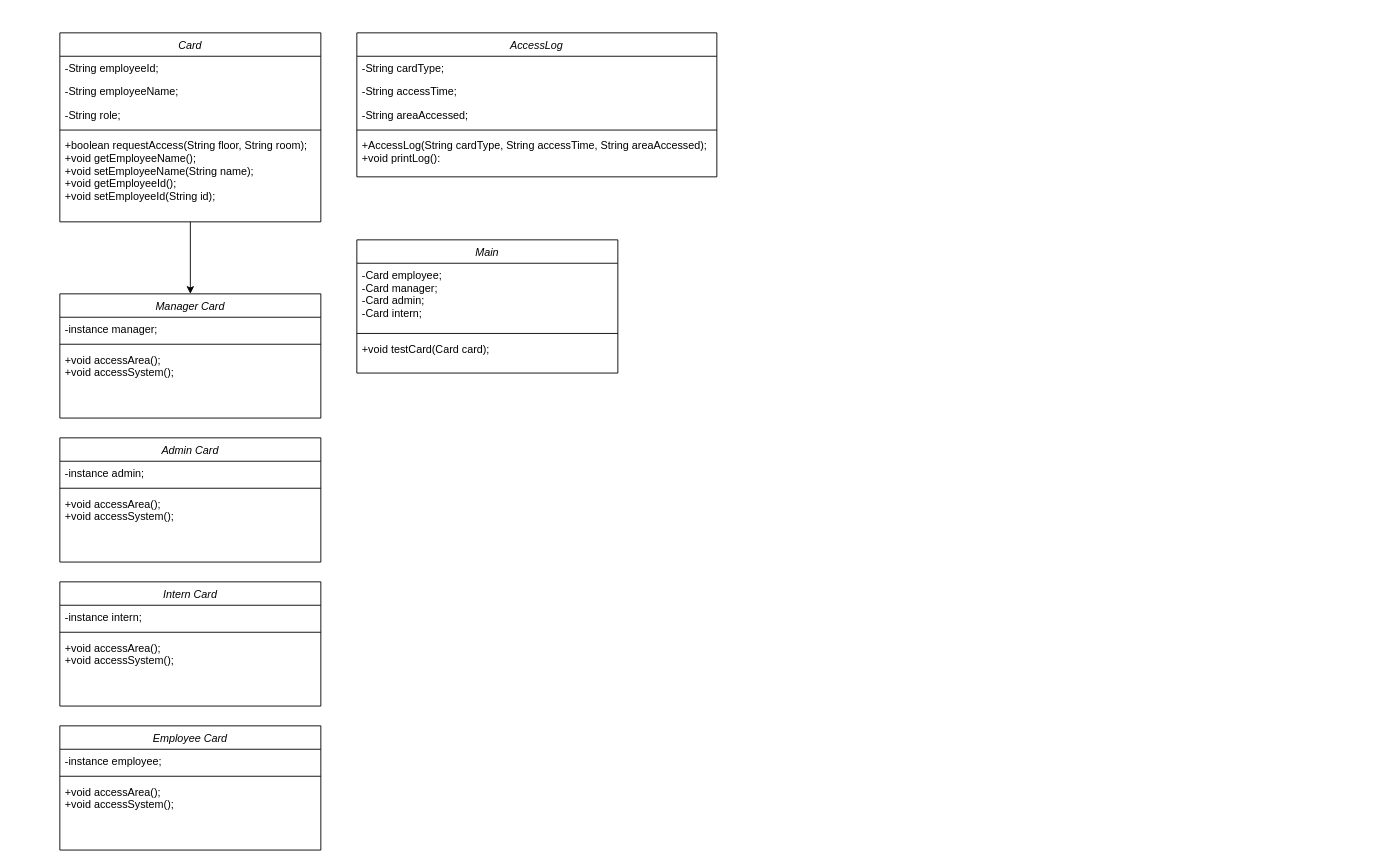
The draw.io diagram Untitled Diagram.drawio in pin-nattharin/DII-GEN6-CompoundSEC, before the edit. Source tidied: cells renumbered, new cells numbered last; positions are measured from the earlier drawing's top-left corner, leaving out a move shared by most shapes. Both pictures are drawn from the tidied source at 90%, with x=0, y=0 at pixel (59, 32).
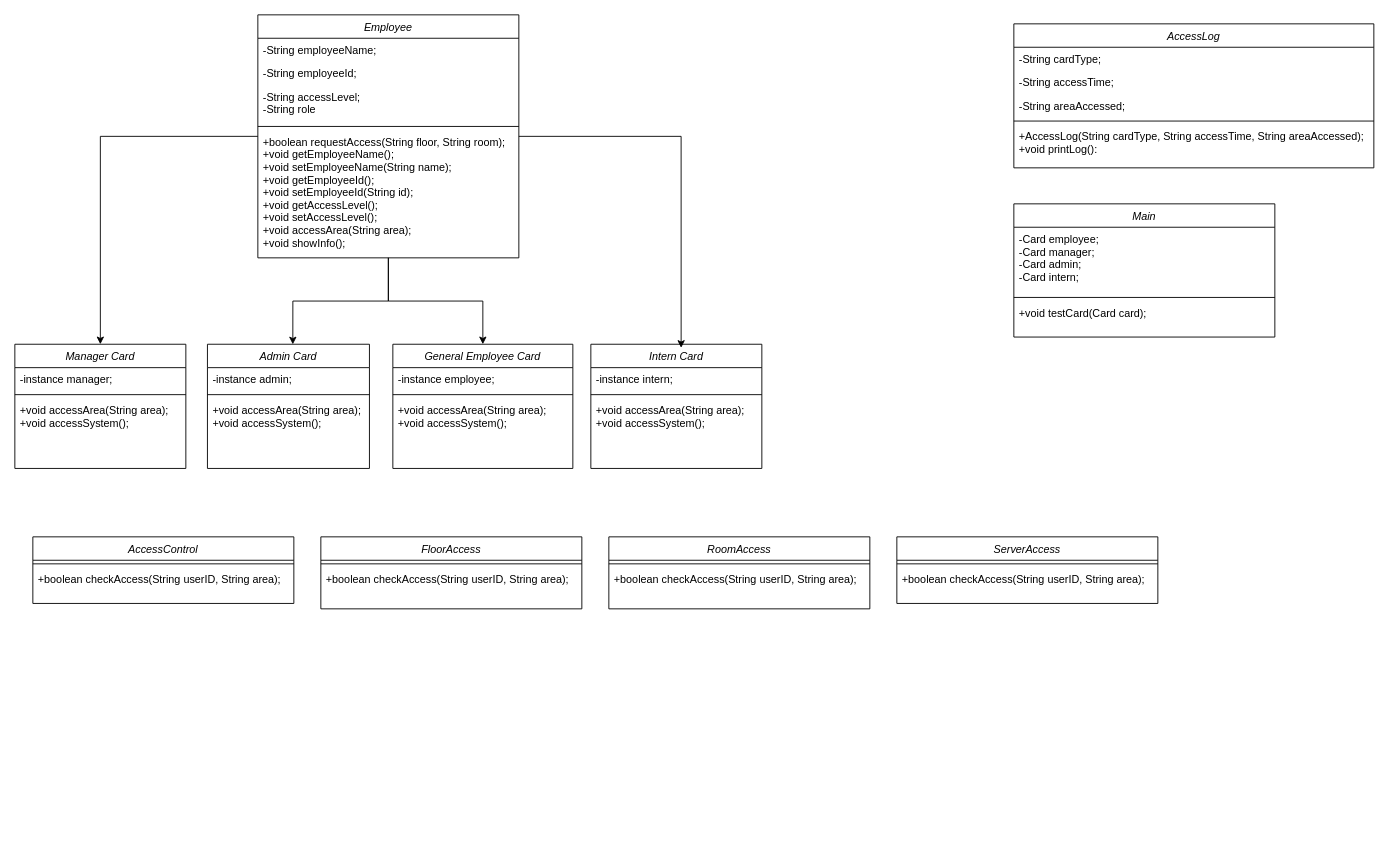
The same page after the edit.

Diff of the diagram source:
```diff
@@
+    <mxCell id="35" style="edgeStyle=orthogonalEdgeStyle;rounded=0;jettySize=auto;html=1;entryX=0.5;entryY=0;entryDx=0;entryDy=0;" parent="1" edge="1" source="3" target="27">
+      <mxGeometry relative="1" as="geometry" />
+    </mxCell>
@@
-    <mxCell id="3" value="Card" style="swimlane;fontStyle=2;align=center;verticalAlign=top;horizontal=1;startSize=26;rounded=0;shadow=0;strokeWidth=1;" parent="1" vertex="1">
-      <mxGeometry width="290" height="210" as="geometry" />
+    <mxCell id="3" value="Employee" style="swimlane;fontStyle=2;align=center;verticalAlign=top;horizontal=1;startSize=26;rounded=0;shadow=0;strokeWidth=1;" parent="1" vertex="1">
+      <mxGeometry x="220" y="-20" width="290" height="270" as="geometry" />
     </mxCell>
+    <mxCell id="5" value="-String employeeName;" style="text;align=left;verticalAlign=top;spacingLeft=4;spacingRight=4;overflow=hidden;rounded=0;shadow=0;html=0;" parent="3" vertex="1">
+      <mxGeometry y="26" width="290" height="26" as="geometry" />
+    </mxCell>
     <mxCell id="4" value="-String employeeId;" style="text;align=left;verticalAlign=top;spacingLeft=4;spacingRight=4;overflow=hidden;" parent="3" vertex="1">
-      <mxGeometry y="26" width="290" height="26" as="geometry" />
+      <mxGeometry y="52" width="290" height="26" as="geometry" />
     </mxCell>
-    <mxCell id="5" value="-String employeeName;" style="text;align=left;verticalAlign=top;spacingLeft=4;spacingRight=4;overflow=hidden;rounded=0;shadow=0;html=0;" parent="3" vertex="1">
-      <mxGeometry y="52" width="290" height="26" as="geometry" />
-    </mxCell>
-    <mxCell id="6" value="-String role;" style="text;align=left;verticalAlign=top;spacingLeft=4;spacingRight=4;overflow=hidden;rounded=0;shadow=0;html=0;" parent="3" vertex="1">
-      <mxGeometry y="78" width="290" height="26" as="geometry" />
+    <mxCell id="6" value="-String accessLevel;&#10;-String role" style="text;align=left;verticalAlign=top;spacingLeft=4;spacingRight=4;overflow=hidden;rounded=0;shadow=0;html=0;" parent="3" vertex="1">
+      <mxGeometry y="78" width="290" height="42" as="geometry" />
     </mxCell>
     <mxCell id="7" style="line;html=1;strokeWidth=1;align=left;verticalAlign=middle;spacingTop=-1;spacingLeft=3;spacingRight=3;labelPosition=right;" parent="3" vertex="1">
-      <mxGeometry y="104" width="290" height="8" as="geometry" />
+      <mxGeometry y="120" width="290" height="8" as="geometry" />
     </mxCell>
-    <mxCell id="8" value="+boolean requestAccess(String floor, String room);&#10;+void getEmployeeName();&#10;+void setEmployeeName(String name);&#10;+void getEmployeeId();&#10;+void setEmployeeId(String id);" style="text;align=left;verticalAlign=top;spacingLeft=4;spacingRight=4;overflow=hidden;" parent="3" vertex="1">
-      <mxGeometry y="112" width="290" height="98" as="geometry" />
+    <mxCell id="8" value="+boolean requestAccess(String floor, String room);&#10;+void getEmployeeName();&#10;+void setEmployeeName(String name);&#10;+void getEmployeeId();&#10;+void setEmployeeId(String id);&#10;+void getAccessLevel();&#10;+void setAccessLevel();&#10;+void accessArea(String area);&#10;+void showInfo();" style="text;align=left;verticalAlign=top;spacingLeft=4;spacingRight=4;overflow=hidden;" parent="3" vertex="1">
+      <mxGeometry y="128" width="290" height="142" as="geometry" />
     </mxCell>
     <mxCell id="9" value="Manager Card" style="swimlane;fontStyle=2;align=center;verticalAlign=top;horizontal=1;startSize=26;rounded=0;shadow=0;strokeWidth=1;" parent="1" vertex="1">
-      <mxGeometry y="290" width="290" height="138" as="geometry" />
+      <mxGeometry x="-50" y="346" width="190" height="138" as="geometry" />
     </mxCell>
     <mxCell id="10" value="-instance manager;" style="text;align=left;verticalAlign=top;spacingLeft=4;spacingRight=4;overflow=hidden;" parent="9" vertex="1">
-      <mxGeometry y="26" width="290" height="26" as="geometry" />
+      <mxGeometry y="26" width="190" height="26" as="geometry" />
     </mxCell>
     <mxCell id="11" style="line;html=1;strokeWidth=1;align=left;verticalAlign=middle;spacingTop=-1;spacingLeft=3;spacingRight=3;labelPosition=right;" parent="9" vertex="1">
-      <mxGeometry y="52" width="290" height="8" as="geometry" />
+      <mxGeometry y="52" width="190" height="8" as="geometry" />
     </mxCell>
-    <mxCell id="12" value="+void accessArea();&#10;+void accessSystem();" style="text;align=left;verticalAlign=top;spacingLeft=4;spacingRight=4;overflow=hidden;" parent="9" vertex="1">
-      <mxGeometry y="60" width="290" height="40" as="geometry" />
+    <mxCell id="12" value="+void accessArea(String area);&#10;+void accessSystem();" style="text;align=left;verticalAlign=top;spacingLeft=4;spacingRight=4;overflow=hidden;" parent="9" vertex="1">
+      <mxGeometry y="60" width="190" height="60" as="geometry" />
     </mxCell>
     <mxCell id="13" value="Admin Card" style="swimlane;fontStyle=2;align=center;verticalAlign=top;horizontal=1;startSize=26;rounded=0;shadow=0;strokeWidth=1;" parent="1" vertex="1">
-      <mxGeometry y="450" width="290" height="138" as="geometry" />
+      <mxGeometry x="164" y="346" width="180" height="138" as="geometry" />
     </mxCell>
     <mxCell id="14" value="-instance admin;" style="text;align=left;verticalAlign=top;spacingLeft=4;spacingRight=4;overflow=hidden;" parent="13" vertex="1">
-      <mxGeometry y="26" width="290" height="26" as="geometry" />
+      <mxGeometry y="26" width="180" height="26" as="geometry" />
     </mxCell>
     <mxCell id="15" style="line;html=1;strokeWidth=1;align=left;verticalAlign=middle;spacingTop=-1;spacingLeft=3;spacingRight=3;labelPosition=right;" parent="13" vertex="1">
-      <mxGeometry y="52" width="290" height="8" as="geometry" />
+      <mxGeometry y="52" width="180" height="8" as="geometry" />
     </mxCell>
-    <mxCell id="16" value="+void accessArea();&#10;+void accessSystem();" style="text;align=left;verticalAlign=top;spacingLeft=4;spacingRight=4;overflow=hidden;" parent="13" vertex="1">
-      <mxGeometry y="60" width="290" height="40" as="geometry" />
+    <mxCell id="16" value="+void accessArea(String area);&#10;+void accessSystem();" style="text;align=left;verticalAlign=top;spacingLeft=4;spacingRight=4;overflow=hidden;" parent="13" vertex="1">
+      <mxGeometry y="60" width="180" height="60" as="geometry" />
     </mxCell>
     <mxCell id="17" value="Intern Card" style="swimlane;fontStyle=2;align=center;verticalAlign=top;horizontal=1;startSize=26;rounded=0;shadow=0;strokeWidth=1;" parent="1" vertex="1">
-      <mxGeometry y="610" width="290" height="138" as="geometry" />
+      <mxGeometry x="590" y="346" width="190" height="138" as="geometry" />
     </mxCell>
     <mxCell id="18" value="-instance intern;" style="text;align=left;verticalAlign=top;spacingLeft=4;spacingRight=4;overflow=hidden;" parent="17" vertex="1">
-      <mxGeometry y="26" width="290" height="26" as="geometry" />
+      <mxGeometry y="26" width="190" height="26" as="geometry" />
     </mxCell>
     <mxCell id="19" style="line;html=1;strokeWidth=1;align=left;verticalAlign=middle;spacingTop=-1;spacingLeft=3;spacingRight=3;labelPosition=right;" parent="17" vertex="1">
-      <mxGeometry y="52" width="290" height="8" as="geometry" />
+      <mxGeometry y="52" width="190" height="8" as="geometry" />
     </mxCell>
-    <mxCell id="20" value="+void accessArea();&#10;+void accessSystem();" style="text;align=left;verticalAlign=top;spacingLeft=4;spacingRight=4;overflow=hidden;" parent="17" vertex="1">
-      <mxGeometry y="60" width="290" height="40" as="geometry" />
+    <mxCell id="20" value="+void accessArea(String area);&#10;+void accessSystem();" style="text;align=left;verticalAlign=top;spacingLeft=4;spacingRight=4;overflow=hidden;" parent="17" vertex="1">
+      <mxGeometry y="60" width="190" height="60" as="geometry" />
     </mxCell>
     <mxCell id="21" value="AccessLog" style="swimlane;fontStyle=2;align=center;verticalAlign=top;horizontal=1;startSize=26;rounded=0;shadow=0;strokeWidth=1;" parent="1" vertex="1">
-      <mxGeometry x="330" width="400" height="160" as="geometry" />
+      <mxGeometry x="1060" y="-10" width="400" height="160" as="geometry" />
     </mxCell>
@@
-    <mxCell id="27" value="Employee Card" style="swimlane;fontStyle=2;align=center;verticalAlign=top;horizontal=1;startSize=26;rounded=0;shadow=0;strokeWidth=1;" parent="1" vertex="1">
-      <mxGeometry y="770" width="290" height="138" as="geometry" />
+    <mxCell id="27" value="General Employee Card" style="swimlane;fontStyle=2;align=center;verticalAlign=top;horizontal=1;startSize=26;rounded=0;shadow=0;strokeWidth=1;" parent="1" vertex="1">
+      <mxGeometry x="370" y="346" width="200" height="138" as="geometry" />
     </mxCell>
     <mxCell id="28" value="-instance employee;" style="text;align=left;verticalAlign=top;spacingLeft=4;spacingRight=4;overflow=hidden;" parent="27" vertex="1">
-      <mxGeometry y="26" width="290" height="26" as="geometry" />
+      <mxGeometry y="26" width="200" height="26" as="geometry" />
     </mxCell>
     <mxCell id="29" style="line;html=1;strokeWidth=1;align=left;verticalAlign=middle;spacingTop=-1;spacingLeft=3;spacingRight=3;labelPosition=right;" parent="27" vertex="1">
-      <mxGeometry y="52" width="290" height="8" as="geometry" />
+      <mxGeometry y="52" width="200" height="8" as="geometry" />
     </mxCell>
-    <mxCell id="30" value="+void accessArea();&#10;+void accessSystem();" style="text;align=left;verticalAlign=top;spacingLeft=4;spacingRight=4;overflow=hidden;" parent="27" vertex="1">
-      <mxGeometry y="60" width="290" height="40" as="geometry" />
+    <mxCell id="30" value="+void accessArea(String area);&#10;+void accessSystem();" style="text;align=left;verticalAlign=top;spacingLeft=4;spacingRight=4;overflow=hidden;" parent="27" vertex="1">
+      <mxGeometry y="60" width="200" height="40" as="geometry" />
     </mxCell>
     <mxCell id="31" value="Main" style="swimlane;fontStyle=2;align=center;verticalAlign=top;horizontal=1;startSize=26;rounded=0;shadow=0;strokeWidth=1;" parent="1" vertex="1">
-      <mxGeometry x="330" y="230" width="290" height="148" as="geometry" />
+      <mxGeometry x="1060" y="190" width="290" height="148" as="geometry" />
     </mxCell>
@@
+    <mxCell id="36" value="AccessControl" style="swimlane;fontStyle=2;align=center;verticalAlign=top;horizontal=1;startSize=26;rounded=0;shadow=0;strokeWidth=1;" parent="1" vertex="1">
+      <mxGeometry x="-30" y="560" width="290" height="74" as="geometry" />
+    </mxCell>
+    <mxCell id="37" style="line;html=1;strokeWidth=1;align=left;verticalAlign=middle;spacingTop=-1;spacingLeft=3;spacingRight=3;labelPosition=right;" parent="36" vertex="1">
+      <mxGeometry y="26" width="290" height="8" as="geometry" />
+    </mxCell>
+    <mxCell id="38" value="+boolean checkAccess(String userID, String area);" style="text;align=left;verticalAlign=top;spacingLeft=4;spacingRight=4;overflow=hidden;" parent="36" vertex="1">
+      <mxGeometry y="34" width="290" height="40" as="geometry" />
+    </mxCell>
+    <mxCell id="39" value="FloorAccess" style="swimlane;fontStyle=2;align=center;verticalAlign=top;horizontal=1;startSize=26;rounded=0;shadow=0;strokeWidth=1;" parent="1" vertex="1">
+      <mxGeometry x="290" y="560" width="290" height="80" as="geometry" />
+    </mxCell>
+    <mxCell id="40" style="line;html=1;strokeWidth=1;align=left;verticalAlign=middle;spacingTop=-1;spacingLeft=3;spacingRight=3;labelPosition=right;" parent="39" vertex="1">
+      <mxGeometry y="26" width="290" height="8" as="geometry" />
+    </mxCell>
+    <mxCell id="41" value="+boolean checkAccess(String userID, String area);" style="text;align=left;verticalAlign=top;spacingLeft=4;spacingRight=4;overflow=hidden;" parent="39" vertex="1">
+      <mxGeometry y="34" width="290" height="40" as="geometry" />
+    </mxCell>
+    <mxCell id="42" value="RoomAccess" style="swimlane;fontStyle=2;align=center;verticalAlign=top;horizontal=1;startSize=26;rounded=0;shadow=0;strokeWidth=1;" parent="1" vertex="1">
+      <mxGeometry x="610" y="560" width="290" height="80" as="geometry" />
+    </mxCell>
+    <mxCell id="43" style="line;html=1;strokeWidth=1;align=left;verticalAlign=middle;spacingTop=-1;spacingLeft=3;spacingRight=3;labelPosition=right;" parent="42" vertex="1">
+      <mxGeometry y="26" width="290" height="8" as="geometry" />
+    </mxCell>
+    <mxCell id="44" value="+boolean checkAccess(String userID, String area);" style="text;align=left;verticalAlign=top;spacingLeft=4;spacingRight=4;overflow=hidden;" parent="42" vertex="1">
+      <mxGeometry y="34" width="290" height="40" as="geometry" />
+    </mxCell>
+    <mxCell id="45" value="ServerAccess" style="swimlane;fontStyle=2;align=center;verticalAlign=top;horizontal=1;startSize=26;rounded=0;shadow=0;strokeWidth=1;" parent="1" vertex="1">
+      <mxGeometry x="930" y="560" width="290" height="74" as="geometry" />
+    </mxCell>
+    <mxCell id="46" style="line;html=1;strokeWidth=1;align=left;verticalAlign=middle;spacingTop=-1;spacingLeft=3;spacingRight=3;labelPosition=right;" parent="45" vertex="1">
+      <mxGeometry y="26" width="290" height="8" as="geometry" />
+    </mxCell>
+    <mxCell id="47" value="+boolean checkAccess(String userID, String area);" style="text;align=left;verticalAlign=top;spacingLeft=4;spacingRight=4;overflow=hidden;" parent="45" vertex="1">
+      <mxGeometry y="34" width="290" height="40" as="geometry" />
+    </mxCell>
+    <mxCell id="48" style="edgeStyle=orthogonalEdgeStyle;rounded=0;jettySize=auto;html=1;entryX=0.527;entryY=0.001;entryDx=0;entryDy=0;entryPerimeter=0;" parent="1" edge="1" source="3" target="13">
+      <mxGeometry relative="1" as="geometry" />
+    </mxCell>
+    <mxCell id="49" style="edgeStyle=orthogonalEdgeStyle;rounded=0;jettySize=auto;html=1;entryX=0.528;entryY=0.029;entryDx=0;entryDy=0;entryPerimeter=0;" parent="1" edge="1" source="3" target="17">
+      <mxGeometry relative="1" as="geometry" />
+    </mxCell>
```
